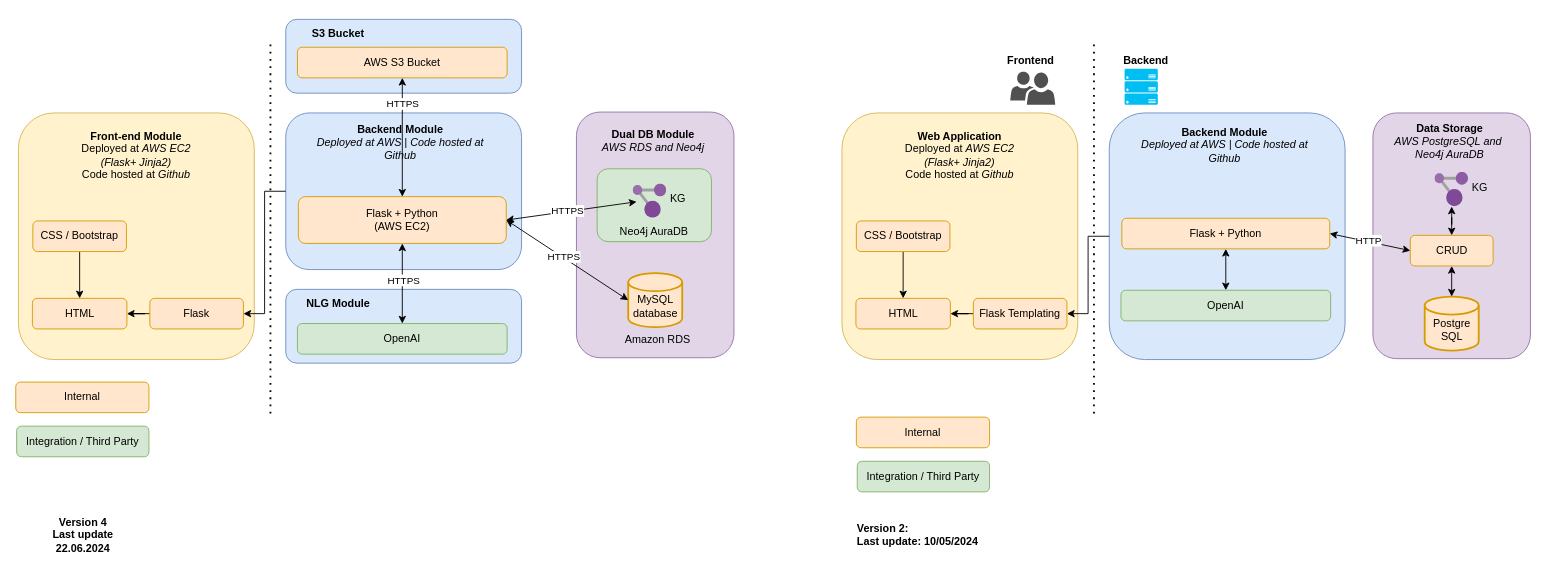
Above: page "Architecture" (1 of 6) of resources/design/PHMS.drawio in TahmeedWolf/PHMS_System_main (draw.io), before the change. Source tidied: cells renumbered, new cells numbered last; positions are measured from the earlier drawing's top-left corner, leaving out a move shared by most shapes. Both pictures are drawn from the tidied source at 90%, with x=0, y=0 at pixel (15, 15).
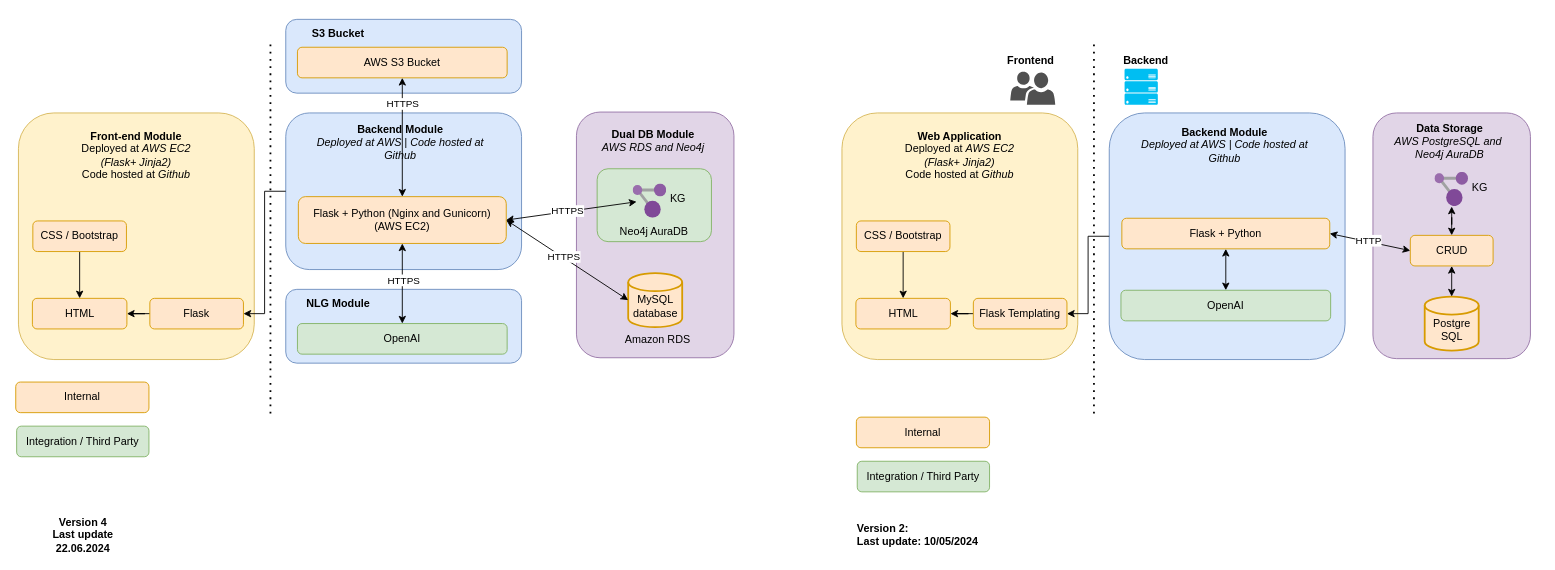
The same diagram, later.

Diff of the diagram source:
```diff
@@
-    <mxCell id="12" value="Flask + Python&lt;div&gt;(AWS EC2)&lt;/div&gt;" style="rounded=1;whiteSpace=wrap;html=1;fillColor=#ffe6cc;strokeColor=#d79b00;" parent="1" vertex="1">
+    <mxCell id="12" value="Flask + Python (Nginx and Gunicorn)&lt;div&gt;(AWS EC2)&lt;/div&gt;" style="rounded=1;whiteSpace=wrap;html=1;fillColor=#ffe6cc;strokeColor=#d79b00;" parent="1" vertex="1">
       <mxGeometry x="314" y="201" width="231" height="52" as="geometry" />
     </mxCell>
```
